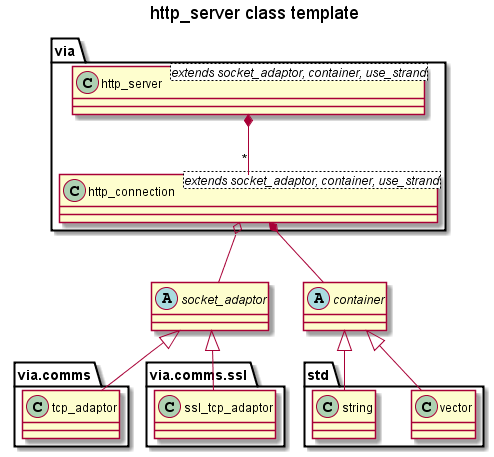
Before: docs/images/http_server_template_class_diagram.png, a diagram exported from PlantUML (kenba/via-httplib). Source of this version:
```plantuml
@startuml


title http_server class template

class via.http_server<extends socket_adaptor, container, use_strand>
via.http_server *-- "*" via.http_connection

class via.http_connection<extends socket_adaptor, container, use_strand>
via.http_connection o-- socket_adaptor
via.http_connection *-- container

abstract class socket_adaptor
socket_adaptor <|-- via.comms.tcp_adaptor
socket_adaptor <|-- via.comms.ssl.ssl_tcp_adaptor

abstract class container
container <|-- std.vector
container <|-- std.string

@enduml
```
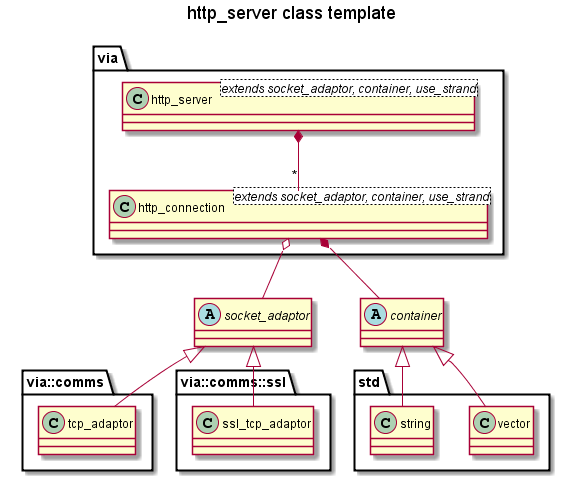
The same diagram one commit later.

What changed in the source:
```diff
@@ -3,19 +3,21 @@
 
 title http_server class template
 
-class via.http_server<extends socket_adaptor, container, use_strand>
-via.http_server *-- "*" via.http_connection
+set namespaceSeparator ::
 
-class via.http_connection<extends socket_adaptor, container, use_strand>
-via.http_connection o-- socket_adaptor
-via.http_connection *-- container
+class via::http_server<extends socket_adaptor, container, use_strand>
+via::http_server *-- "*" via::http_connection
+
+class via::http_connection<extends socket_adaptor, container, use_strand>
+via::http_connection o-- socket_adaptor
+via::http_connection *-- container
 
 abstract class socket_adaptor
-socket_adaptor <|-- via.comms.tcp_adaptor
-socket_adaptor <|-- via.comms.ssl.ssl_tcp_adaptor
+socket_adaptor <|-- via::comms::tcp_adaptor
+socket_adaptor <|-- via::comms::ssl::ssl_tcp_adaptor
 
 abstract class container
-container <|-- std.vector
-container <|-- std.string
+container <|-- std::vector
+container <|-- std::string
 
 @enduml
```
